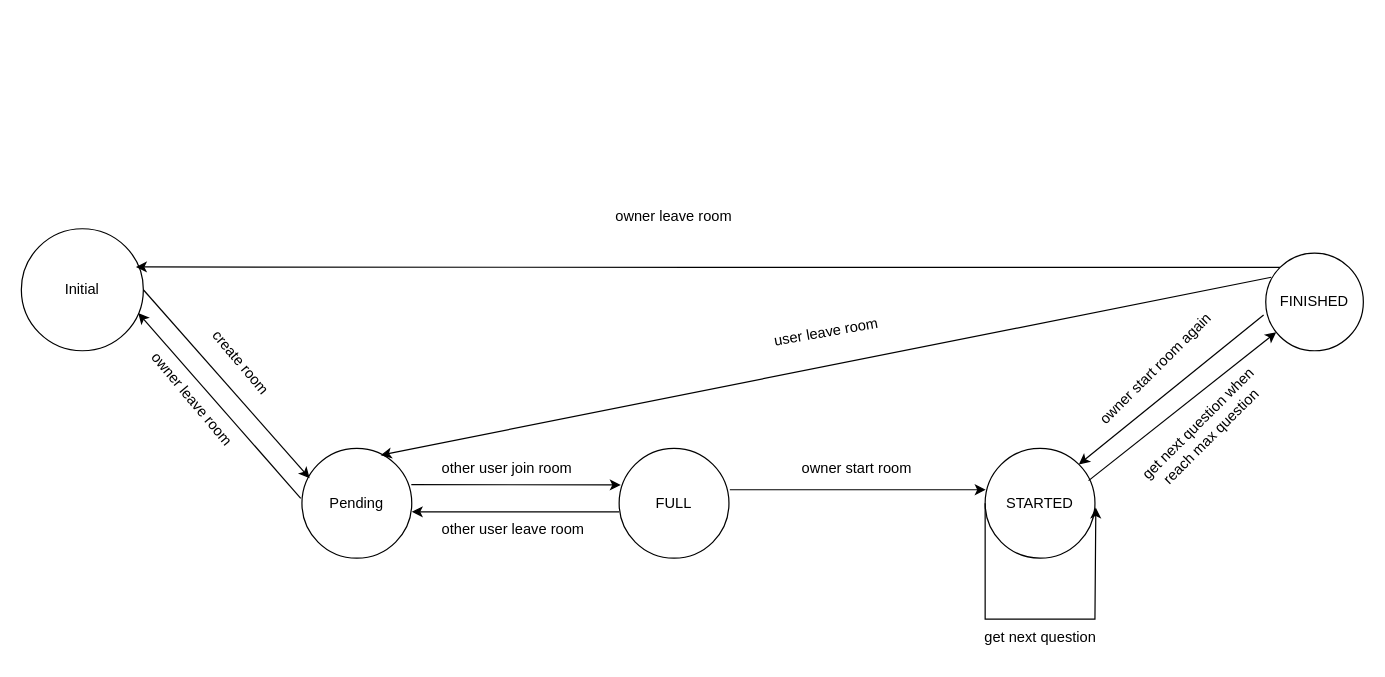
Above: report/FSM.drawio in evmosss/Qt-DuoiHinhBatChu (draw.io), before the change. Source tidied: cells renumbered, new cells numbered last; positions are measured from the earlier drawing's top-left corner, leaving out a move shared by most shapes. Both pictures are drawn from the tidied source at 122%, with x=0, y=0 at pixel (21, 192).
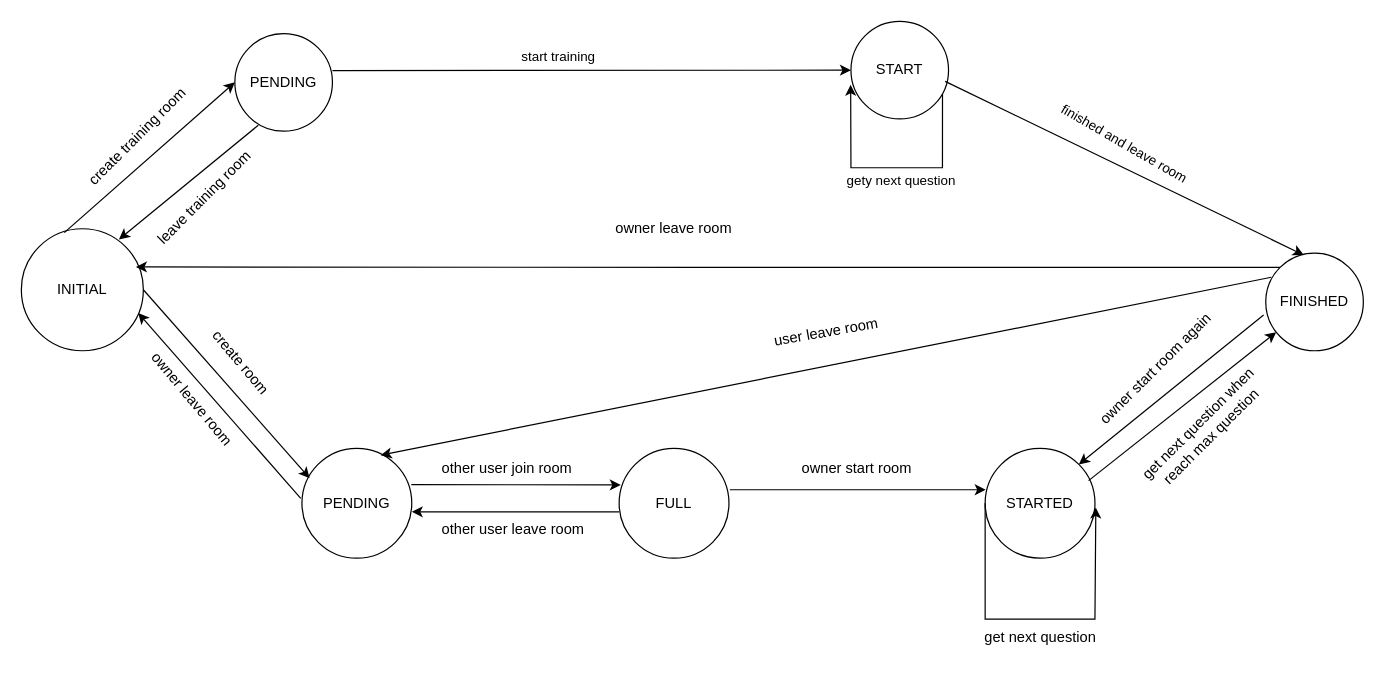
After the change.

Unchanged cells that the change refers to:
```xml
<mxCell id="19" value="FINISHED" style="ellipse;whiteSpace=wrap;html=1;" parent="1" vertex="1">
  <mxGeometry x="1020" y="50" width="80" height="80" as="geometry" />
</mxCell>
```

What changed in the source:
```diff
@@
-    <mxCell id="2" value="Initial" style="ellipse;whiteSpace=wrap;html=1;" parent="1" vertex="1">
+    <mxCell id="2" value="INITIAL" style="ellipse;whiteSpace=wrap;html=1;" parent="1" vertex="1">
       <mxGeometry y="30" width="100" height="100" as="geometry" />
     </mxCell>
-    <mxCell id="3" value="Pending" style="ellipse;whiteSpace=wrap;html=1;" parent="1" vertex="1">
+    <mxCell id="3" value="PENDING" style="ellipse;whiteSpace=wrap;html=1;" parent="1" vertex="1">
       <mxGeometry x="230" y="210" width="90" height="90" as="geometry" />
     </mxCell>
@@
     <mxCell id="26" value="owner leave room" style="text;html=1;strokeColor=none;fillColor=none;align=center;verticalAlign=middle;whiteSpace=wrap;rounded=0;" parent="1" vertex="1">
-      <mxGeometry x="420" width="230" height="40" as="geometry" />
+      <mxGeometry x="420" y="10" width="230" height="40" as="geometry" />
     </mxCell>
+    <mxCell id="27" value="PENDING" style="ellipse;whiteSpace=wrap;html=1;" parent="1" vertex="1">
+      <mxGeometry x="175" y="-130" width="80" height="80" as="geometry" />
+    </mxCell>
+    <mxCell id="28" style="endArrow=classic;html=1;rounded=0;entryX=0;entryY=0.5;entryDx=0;entryDy=0;exitX=0.352;exitY=0.032;exitDx=0;exitDy=0;exitPerimeter=0;" parent="1" edge="1" source="2" target="27">
+      <mxGeometry relative="1" as="geometry" />
+    </mxCell>
+    <mxCell id="29" value="create training room" style="text;html=1;align=center;verticalAlign=middle;strokeColor=none;fillColor=none;rotation=-45;" parent="1" vertex="1">
+      <mxGeometry x="30" y="-60" width="130" height="30" as="geometry" />
+    </mxCell>
+    <mxCell id="30" style="endArrow=classic;html=1;rounded=0;entryX=0.8;entryY=0.088;entryDx=0;entryDy=0;entryPerimeter=0;exitX=0.24;exitY=0.94;exitDx=0;exitDy=0;exitPerimeter=0;" parent="1" edge="1" source="27" target="2">
+      <mxGeometry relative="1" as="geometry" />
+    </mxCell>
+    <mxCell id="31" value="leave training room" style="text;html=1;align=center;verticalAlign=middle;strokeColor=none;fillColor=none;rotation=-45;" parent="1" vertex="1">
+      <mxGeometry x="85" y="-10" width="130" height="30" as="geometry" />
+    </mxCell>
+    <mxCell id="32" value="START" style="ellipse;whiteSpace=wrap;html=1;" parent="1" vertex="1">
+      <mxGeometry x="680" y="-140" width="80" height="80" as="geometry" />
+    </mxCell>
+    <mxCell id="33" style="endArrow=classic;html=1;rounded=0;entryX=0;entryY=0.5;entryDx=0;entryDy=0;exitX=1;exitY=0.38;exitDx=0;exitDy=0;exitPerimeter=0;" parent="1" edge="1" source="27" target="32">
+      <mxGeometry relative="1" as="geometry" />
+    </mxCell>
+    <mxCell id="34" value="start training" style="edgeLabel;html=1;align=center;verticalAlign=middle;" parent="33" vertex="1">
+      <mxGeometry x="-0.13" y="4" relative="1" as="geometry">
+        <mxPoint y="-8" as="offset" />
+      </mxGeometry>
+    </mxCell>
+    <mxCell id="35" style="endArrow=classic;html=1;rounded=0;entryX=0.39;entryY=0.02;entryDx=0;entryDy=0;exitX=0.965;exitY=0.615;exitDx=0;exitDy=0;exitPerimeter=0;entryPerimeter=0;" parent="1" edge="1" source="32" target="19">
+      <mxGeometry relative="1" as="geometry" />
+    </mxCell>
+    <mxCell id="36" value="finished and leave room" style="edgeLabel;html=1;align=center;verticalAlign=middle;rotation=30;" parent="35" vertex="1">
+      <mxGeometry x="-0.15" y="-2" relative="1" as="geometry">
+        <mxPoint x="22" y="-12" as="offset" />
+      </mxGeometry>
+    </mxCell>
+    <mxCell id="37" style="endArrow=classic;html=1;rounded=0;entryX=-0.003;entryY=0.65;entryDx=0;entryDy=0;entryPerimeter=0;exitX=0.938;exitY=0.744;exitDx=0;exitDy=0;exitPerimeter=0;" parent="1" edge="1" source="32" target="32">
+      <mxGeometry relative="1" as="geometry">
+        <Array as="points">
+          <mxPoint x="755" y="-20" />
+          <mxPoint x="680" y="-20" />
+        </Array>
+      </mxGeometry>
+    </mxCell>
+    <mxCell id="38" value="gety next question" style="edgeLabel;html=1;align=center;verticalAlign=middle;" parent="37" vertex="1">
+      <mxGeometry x="-0.16" y="-1" relative="1" as="geometry">
+        <mxPoint x="-10" y="11" as="offset" />
+      </mxGeometry>
+    </mxCell>
```
